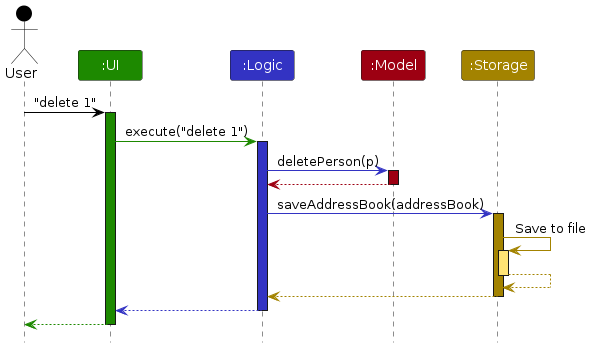
AY2425S1-CS2103T-T10-2/tp keeps this PlantUML diagram as diagrams/ArchitectureSequenceDiagram.png. Above is the earlier version. Its source is kept beside it as diagrams/ArchitectureSequenceDiagram.puml.
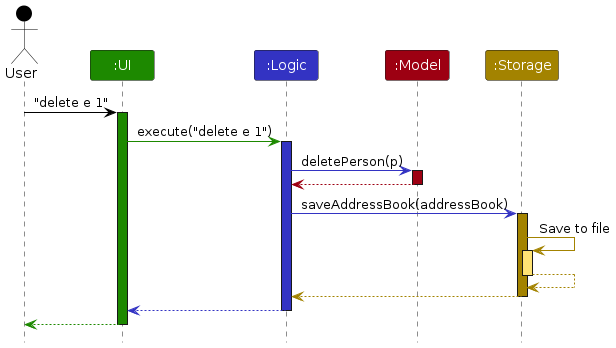
After the commit.

What changed in the source:
```diff
@@ -8,10 +8,10 @@
 Participant ":Model" as model MODEL_COLOR
 Participant ":Storage" as storage STORAGE_COLOR
 
-user -[USER_COLOR]> ui : "delete 1"
+user -[USER_COLOR]> ui : "delete e 1"
 activate ui UI_COLOR
 
-ui -[UI_COLOR]> logic : execute("delete 1")
+ui -[UI_COLOR]> logic : execute("delete e 1")
 activate logic LOGIC_COLOR
 
 logic -[LOGIC_COLOR]> model : deletePerson(p)
```
